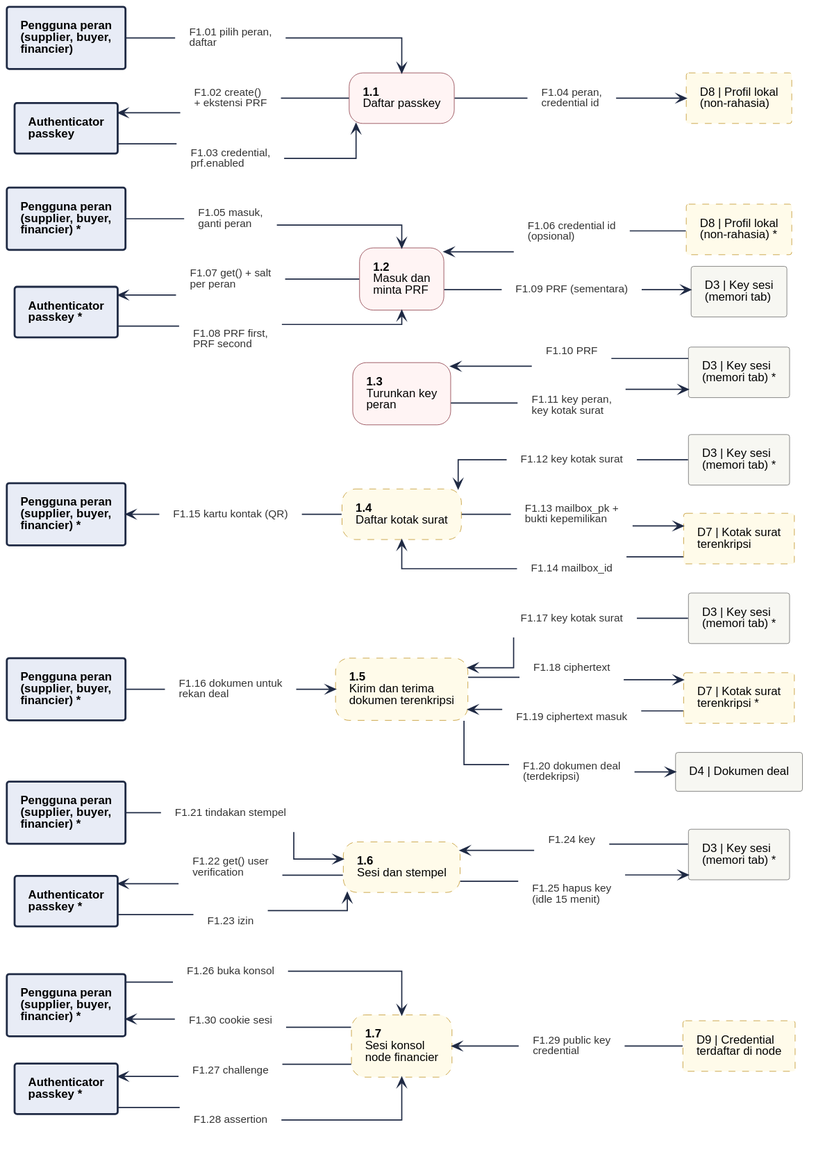
The PlantUML diagram 08-FlowDiagrams/assets/dfd-2-1.svg in JitsuinFi/jitsuinfi-vault, before a commit.
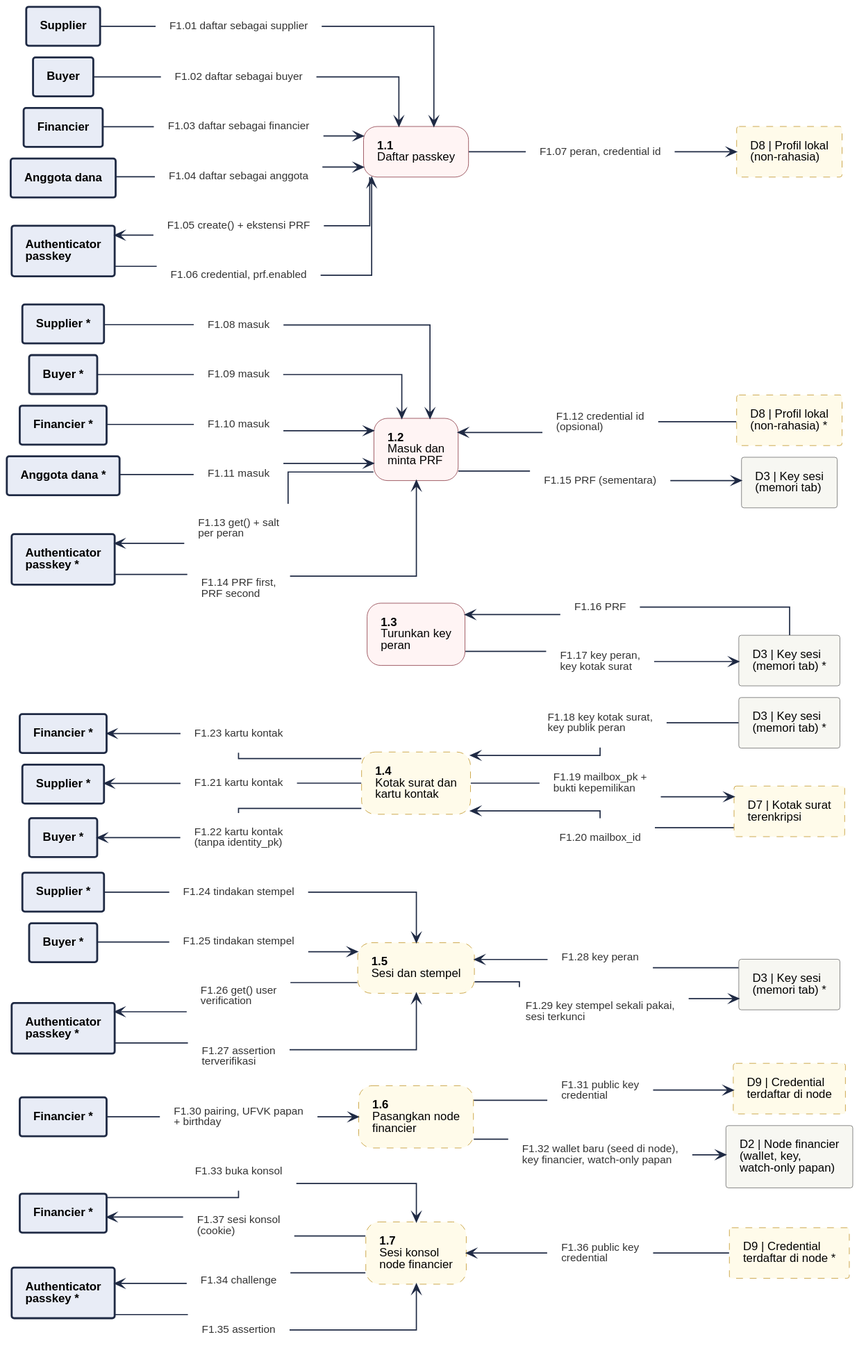
After the change.

The edit, as a diff of the source:
```diff
@@ -3,124 +3,153 @@
 left to right direction
 skinparam nodesep 12
 skinparam ranksep 35
-rectangle "D9 | Credential\nterdaftar di node" <<storeproposal>> as D9_7
+rectangle "D9 | Credential\nterdaftar di node *" <<storeproposal>> as D9_7
 rectangle "Authenticator\npasskey *" <<entity>> as A_7
-rectangle "Pengguna peran\n(supplier, buyer,\nfinancier) *" <<entity>> as U_7
-rectangle "D3 | Key sesi\n(memori tab) *" <<store>> as D3_6
-rectangle "Authenticator\npasskey *" <<entity>> as A_6
-rectangle "Pengguna peran\n(supplier, buyer,\nfinancier) *" <<entity>> as U_6
-rectangle "D4 | Dokumen deal" <<store>> as D4_5
-rectangle "D7 | Kotak surat\nterenkripsi *" <<storeproposal>> as D7_5
+rectangle "Financier *" <<entity>> as F_7
+rectangle "D2 | Node financier\n(wallet, key,\nwatch-only papan)" <<store>> as D2_6
+rectangle "D9 | Credential\nterdaftar di node" <<storeproposal>> as D9_6
+rectangle "Financier *" <<entity>> as F_6
 rectangle "D3 | Key sesi\n(memori tab) *" <<store>> as D3_5
-rectangle "Pengguna peran\n(supplier, buyer,\nfinancier) *" <<entity>> as U_5
-rectangle "Pengguna peran\n(supplier, buyer,\nfinancier) *" <<entity>> as U_4
+rectangle "Authenticator\npasskey *" <<entity>> as A_5
+rectangle "Buyer *" <<entity>> as B_5
+rectangle "Supplier *" <<entity>> as S_5
+rectangle "Financier *" <<entity>> as F_4
+rectangle "Buyer *" <<entity>> as B_4
+rectangle "Supplier *" <<entity>> as S_4
 rectangle "D7 | Kotak surat\nterenkripsi" <<storeproposal>> as D7_4
 rectangle "D3 | Key sesi\n(memori tab) *" <<store>> as D3_4
 rectangle "D3 | Key sesi\n(memori tab) *" <<store>> as D3_3
 rectangle "D3 | Key sesi\n(memori tab)" <<store>> as D3_2
 rectangle "Authenticator\npasskey *" <<entity>> as A_2
 rectangle "D8 | Profil lokal\n(non-rahasia) *" <<storeproposal>> as D8_2
-rectangle "Pengguna peran\n(supplier, buyer,\nfinancier) *" <<entity>> as U_2
+rectangle "Anggota dana *" <<entity>> as M_2
+rectangle "Financier *" <<entity>> as F_2
+rectangle "Buyer *" <<entity>> as B_2
+rectangle "Supplier *" <<entity>> as S_2
 rectangle "D8 | Profil lokal\n(non-rahasia)" <<storeproposal>> as D8_1
 rectangle "Authenticator\npasskey" <<entity>> as A_1
-rectangle "Pengguna peran\n(supplier, buyer,\nfinancier)" <<entity>> as U_1
+rectangle "Anggota dana" <<entity>> as M_1
+rectangle "Financier" <<entity>> as F_1
+rectangle "Buyer" <<entity>> as B_1
+rectangle "Supplier" <<entity>> as S_1
 rectangle "**1.7**\nSesi konsol\nnode financier" <<proposal>> as P7
-rectangle "**1.6**\nSesi dan stempel" <<proposal>> as P6
-rectangle "**1.5**\nKirim dan terima\ndokumen terenkripsi" <<proposal>> as P5
-rectangle "**1.4**\nDaftar kotak surat" <<proposal>> as P4
+rectangle "**1.6**\nPasangkan node\nfinancier" <<proposal>> as P6
+rectangle "**1.5**\nSesi dan stempel" <<proposal>> as P5
+rectangle "**1.4**\nKotak surat dan\nkartu kontak" <<proposal>> as P4
 rectangle "**1.3**\nTurunkan key\nperan" <<process>> as P3
 rectangle "**1.2**\nMasuk dan\nminta PRF" <<process>> as P2
 rectangle "**1.1**\nDaftar passkey" <<process>> as P1
-rectangle "F1.01 pilih peran,\ndaftar" <<flow>> as f_F1_01
-rectangle "F1.02 create()\n+ ekstensi PRF" <<flow>> as f_F1_02
-rectangle "F1.03 credential,\nprf.enabled" <<flow>> as f_F1_03
-rectangle "F1.04 peran,\ncredential id" <<flow>> as f_F1_04
-rectangle "F1.05 masuk,\nganti peran" <<flow>> as f_F1_05
-rectangle "F1.06 credential id\n(opsional)" <<flow>> as f_F1_06
-rectangle "F1.07 get() + salt\nper peran" <<flow>> as f_F1_07
-rectangle "F1.08 PRF first,\nPRF second" <<flow>> as f_F1_08
-rectangle "F1.09 PRF (sementara)" <<flow>> as f_F1_09
-rectangle "F1.10 PRF" <<flow>> as f_F1_10
-rectangle "F1.11 key peran,\nkey kotak surat" <<flow>> as f_F1_11
-rectangle "F1.12 key kotak surat" <<flow>> as f_F1_12
-rectangle "F1.13 mailbox_pk +\nbukti kepemilikan" <<flow>> as f_F1_13
-rectangle "F1.14 mailbox_id" <<flow>> as f_F1_14
-rectangle "F1.15 kartu kontak (QR)" <<flow>> as f_F1_15
-rectangle "F1.16 dokumen untuk\nrekan deal" <<flow>> as f_F1_16
-rectangle "F1.17 key kotak surat" <<flow>> as f_F1_17
-rectangle "F1.18 ciphertext" <<flow>> as f_F1_18
-rectangle "F1.19 ciphertext masuk" <<flow>> as f_F1_19
-rectangle "F1.20 dokumen deal\n(terdekripsi)" <<flow>> as f_F1_20
-rectangle "F1.21 tindakan stempel" <<flow>> as f_F1_21
-rectangle "F1.22 get() user\nverification" <<flow>> as f_F1_22
-rectangle "F1.23 izin" <<flow>> as f_F1_23
-rectangle "F1.24 key" <<flow>> as f_F1_24
-rectangle "F1.25 hapus key\n(idle 15 menit)" <<flow>> as f_F1_25
-rectangle "F1.26 buka konsol" <<flow>> as f_F1_26
-rectangle "F1.27 challenge" <<flow>> as f_F1_27
-rectangle "F1.28 assertion" <<flow>> as f_F1_28
-rectangle "F1.29 public key\ncredential" <<flow>> as f_F1_29
-rectangle "F1.30 cookie sesi" <<flow>> as f_F1_30
-U_1 -- f_F1_01
+rectangle "F1.01 daftar sebagai supplier" <<flow>> as f_F1_01
+rectangle "F1.02 daftar sebagai buyer" <<flow>> as f_F1_02
+rectangle "F1.03 daftar sebagai financier" <<flow>> as f_F1_03
+rectangle "F1.04 daftar sebagai anggota" <<flow>> as f_F1_04
+rectangle "F1.05 create() + ekstensi PRF" <<flow>> as f_F1_05
+rectangle "F1.06 credential, prf.enabled" <<flow>> as f_F1_06
+rectangle "F1.07 peran, credential id" <<flow>> as f_F1_07
+rectangle "F1.08 masuk" <<flow>> as f_F1_08
+rectangle "F1.09 masuk" <<flow>> as f_F1_09
+rectangle "F1.10 masuk" <<flow>> as f_F1_10
+rectangle "F1.11 masuk" <<flow>> as f_F1_11
+rectangle "F1.12 credential id\n(opsional)" <<flow>> as f_F1_12
+rectangle "F1.13 get() + salt\nper peran" <<flow>> as f_F1_13
+rectangle "F1.14 PRF first,\nPRF second" <<flow>> as f_F1_14
+rectangle "F1.15 PRF (sementara)" <<flow>> as f_F1_15
+rectangle "F1.16 PRF" <<flow>> as f_F1_16
+rectangle "F1.17 key peran,\nkey kotak surat" <<flow>> as f_F1_17
+rectangle "F1.18 key kotak surat,\nkey publik peran" <<flow>> as f_F1_18
+rectangle "F1.19 mailbox_pk +\nbukti kepemilikan" <<flow>> as f_F1_19
+rectangle "F1.20 mailbox_id" <<flow>> as f_F1_20
+rectangle "F1.21 kartu kontak" <<flow>> as f_F1_21
+rectangle "F1.22 kartu kontak\n(tanpa identity_pk)" <<flow>> as f_F1_22
+rectangle "F1.23 kartu kontak" <<flow>> as f_F1_23
+rectangle "F1.24 tindakan stempel" <<flow>> as f_F1_24
+rectangle "F1.25 tindakan stempel" <<flow>> as f_F1_25
+rectangle "F1.26 get() user\nverification" <<flow>> as f_F1_26
+rectangle "F1.27 assertion\nterverifikasi" <<flow>> as f_F1_27
+rectangle "F1.28 key peran" <<flow>> as f_F1_28
+rectangle "F1.29 key stempel sekali pakai,\nsesi terkunci" <<flow>> as f_F1_29
+rectangle "F1.30 pairing, UFVK papan\n+ birthday" <<flow>> as f_F1_30
+rectangle "F1.31 public key\ncredential" <<flow>> as f_F1_31
+rectangle "F1.32 wallet baru (seed di node),\nkey financier, watch-only papan" <<flow>> as f_F1_32
+rectangle "F1.33 buka konsol" <<flow>> as f_F1_33
+rectangle "F1.34 challenge" <<flow>> as f_F1_34
+rectangle "F1.35 assertion" <<flow>> as f_F1_35
+rectangle "F1.36 public key\ncredential" <<flow>> as f_F1_36
+rectangle "F1.37 sesi konsol\n(cookie)" <<flow>> as f_F1_37
+S_1 -- f_F1_01
 f_F1_01 --> P1
-A_1 <-- f_F1_02
-f_F1_02 -- P1
-A_1 -- f_F1_03
+B_1 -- f_F1_02
+f_F1_02 --> P1
+F_1 -- f_F1_03
 f_F1_03 --> P1
-P1 -- f_F1_04
-f_F1_04 --> D8_1
-U_2 -- f_F1_05
-f_F1_05 --> P2
-P2 <-- f_F1_06
-f_F1_06 -- D8_2
-A_2 <-- f_F1_07
-f_F1_07 -- P2
-A_2 -- f_F1_08
+M_1 -- f_F1_04
+f_F1_04 --> P1
+A_1 <-- f_F1_05
+f_F1_05 -- P1
+A_1 -- f_F1_06
+f_F1_06 --> P1
+P1 -- f_F1_07
+f_F1_07 --> D8_1
+S_2 -- f_F1_08
 f_F1_08 --> P2
-P2 -- f_F1_09
-f_F1_09 --> D3_2
-P3 <-- f_F1_10
-f_F1_10 -- D3_3
-P3 -- f_F1_11
-f_F1_11 --> D3_3
-P4 <-- f_F1_12
-f_F1_12 -- D3_4
-P4 -- f_F1_13
-f_F1_13 --> D7_4
-P4 <-- f_F1_14
-f_F1_14 -- D7_4
-U_4 <-- f_F1_15
-f_F1_15 -- P4
-U_5 -- f_F1_16
-f_F1_16 --> P5
-P5 <-- f_F1_17
-f_F1_17 -- D3_5
-P5 -- f_F1_18
-f_F1_18 --> D7_5
-P5 <-- f_F1_19
-f_F1_19 -- D7_5
-P5 -- f_F1_20
-f_F1_20 --> D4_5
-U_6 -- f_F1_21
-f_F1_21 --> P6
-A_6 <-- f_F1_22
-f_F1_22 -- P6
-A_6 -- f_F1_23
-f_F1_23 --> P6
-P6 <-- f_F1_24
-f_F1_24 -- D3_6
-P6 -- f_F1_25
-f_F1_25 --> D3_6
-U_7 -- f_F1_26
-f_F1_26 --> P7
-A_7 <-- f_F1_27
-f_F1_27 -- P7
-A_7 -- f_F1_28
-f_F1_28 --> P7
-P7 <-- f_F1_29
-f_F1_29 -- D9_7
-U_7 <-- f_F1_30
-f_F1_30 -- P7
+B_2 -- f_F1_09
+f_F1_09 --> P2
+F_2 -- f_F1_10
+f_F1_10 --> P2
+M_2 -- f_F1_11
+f_F1_11 --> P2
+P2 <-- f_F1_12
+f_F1_12 -- D8_2
+A_2 <-- f_F1_13
+f_F1_13 -- P2
+A_2 -- f_F1_14
+f_F1_14 --> P2
+P2 -- f_F1_15
+f_F1_15 --> D3_2
+P3 <-- f_F1_16
+f_F1_16 -- D3_3
+P3 -- f_F1_17
+f_F1_17 --> D3_3
+P4 <-- f_F1_18
+f_F1_18 -- D3_4
+P4 -- f_F1_19
+f_F1_19 --> D7_4
+P4 <-- f_F1_20
+f_F1_20 -- D7_4
+S_4 <-- f_F1_21
+f_F1_21 -- P4
+B_4 <-- f_F1_22
+f_F1_22 -- P4
+F_4 <-- f_F1_23
+f_F1_23 -- P4
+S_5 -- f_F1_24
+f_F1_24 --> P5
+B_5 -- f_F1_25
+f_F1_25 --> P5
+A_5 <-- f_F1_26
+f_F1_26 -- P5
+A_5 -- f_F1_27
+f_F1_27 --> P5
+P5 <-- f_F1_28
+f_F1_28 -- D3_5
+P5 -- f_F1_29
+f_F1_29 --> D3_5
+F_6 -- f_F1_30
+f_F1_30 --> P6
+P6 -- f_F1_31
+f_F1_31 --> D9_6
+P6 -- f_F1_32
+f_F1_32 --> D2_6
+F_7 -- f_F1_33
+f_F1_33 --> P7
+A_7 <-- f_F1_34
+f_F1_34 -- P7
+A_7 -- f_F1_35
+f_F1_35 --> P7
+P7 <-- f_F1_36
+f_F1_36 -- D9_7
+F_7 <-- f_F1_37
+f_F1_37 -- P7
 rectangle " " <<spacer>> as sp_P3_a
 rectangle " " <<spacer>> as sp_P3_b
 sp_P3_a -[hidden]- sp_P3_b
```
